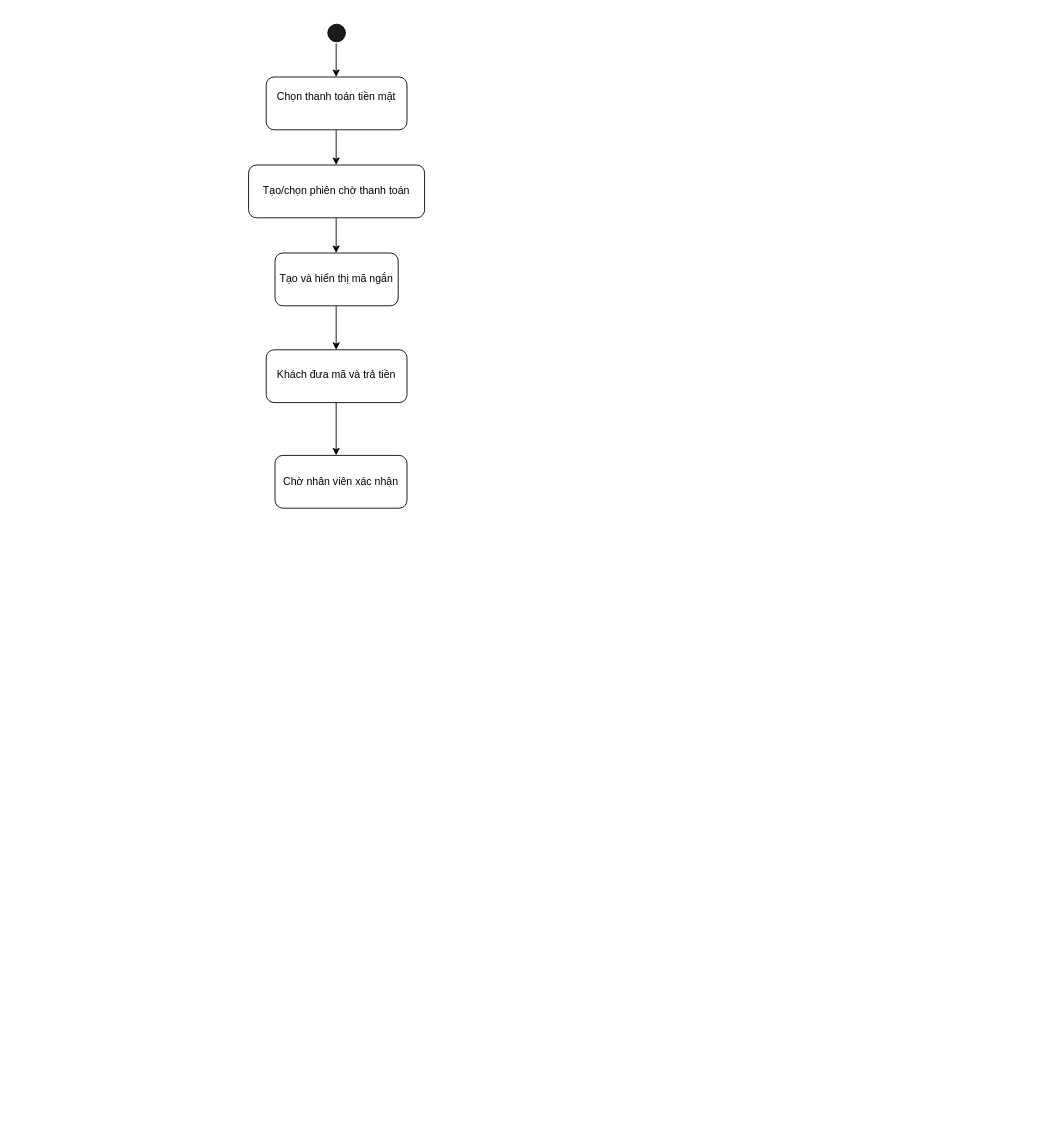
Earlier version of the draw.io diagram docs/diagram/activity/UC-02_Activity.drawio (Kazuken123/prj_sgu26_cnpm). Source tidied: cells renumbered, new cells numbered last; positions are measured from the earlier drawing's top-left corner, leaving out a move shared by most shapes. Both pictures are drawn from the tidied source at 88%, with x=0, y=0 at pixel (248, 24).
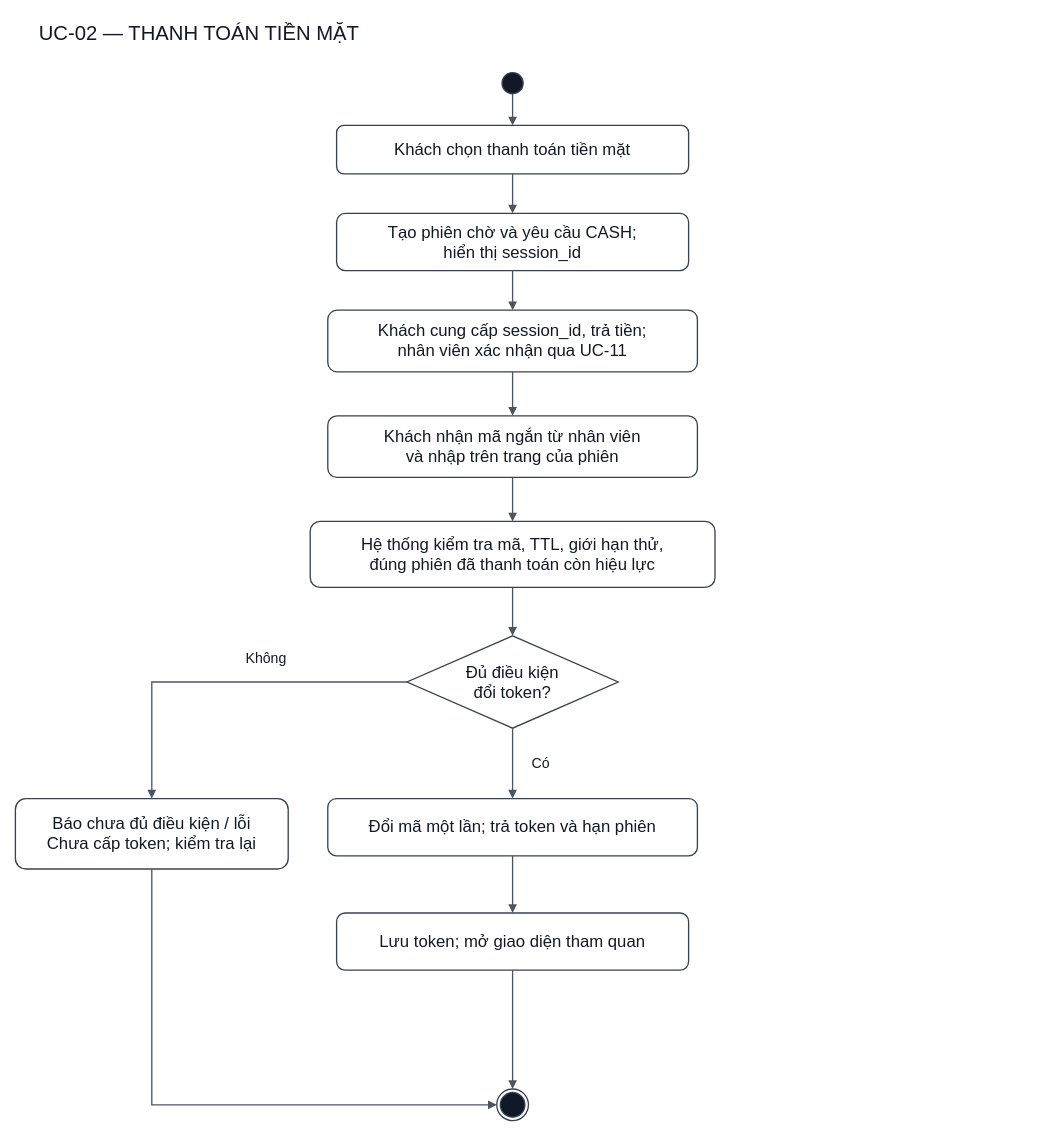
The same page after the edit.

Change to the diagram source:
```diff
@@
-    <mxCell id="2" style="ellipse;whiteSpace=wrap;html=1;shapeInside=1;fillColor=#1A1A1A;" parent="1" vertex="1">
-      <mxGeometry x="90" width="20" height="20" as="geometry" />
-    </mxCell>
-    <mxCell id="3" style="rounded=1;whiteSpace=wrap;html=1;roundedPerimeter=1;" parent="1" vertex="1">
-      <mxGeometry x="20" y="60" width="160" height="60" as="geometry" />
-    </mxCell>
-    <mxCell id="4" style="rounded=1;whiteSpace=wrap;html=1;roundedPerimeter=1;" parent="1" vertex="1">
-      <mxGeometry y="160" width="200" height="60" as="geometry" />
-    </mxCell>
-    <mxCell id="5" style="rounded=1;whiteSpace=wrap;html=1;roundedPerimeter=1;" parent="1" vertex="1">
-      <mxGeometry x="30" y="260" width="140" height="60" as="geometry" />
-    </mxCell>
-    <mxCell id="6" style="rounded=1;whiteSpace=wrap;html=1;roundedPerimeter=1;" parent="1" vertex="1">
-      <mxGeometry x="20" y="370" width="160" height="60" as="geometry" />
-    </mxCell>
-    <mxCell id="7" style="rounded=1;whiteSpace=wrap;html=1;roundedPerimeter=1;" parent="1" vertex="1">
-      <mxGeometry x="30" y="490" width="150" height="60" as="geometry" />
-    </mxCell>
-    <mxCell id="8" value="Chọn thanh toán tiền mặt&lt;div&gt;&lt;br&gt;&lt;/div&gt;" style="text;html=1;whiteSpace=wrap;strokeColor=none;fillColor=none;align=center;verticalAlign=middle;rounded=0;" parent="1" vertex="1">
-      <mxGeometry x="30" y="75" width="140" height="30" as="geometry" />
-    </mxCell>
-    <mxCell id="9" value="Tạo/chọn phiên chờ thanh toán" style="text;html=1;whiteSpace=wrap;strokeColor=none;fillColor=none;align=center;verticalAlign=middle;rounded=0;" parent="1" vertex="1">
-      <mxGeometry x="15" y="175" width="170" height="30" as="geometry" />
-    </mxCell>
-    <mxCell id="10" value="Tạo và hiển thị mã ngắn" style="text;html=1;whiteSpace=wrap;strokeColor=none;fillColor=none;align=center;verticalAlign=middle;rounded=0;" parent="1" vertex="1">
-      <mxGeometry x="25" y="275" width="150" height="30" as="geometry" />
-    </mxCell>
-    <mxCell id="11" value="Khách đưa mã và trả tiền" style="text;html=1;whiteSpace=wrap;strokeColor=none;fillColor=none;align=center;verticalAlign=middle;rounded=0;" parent="1" vertex="1">
-      <mxGeometry x="30" y="383" width="140" height="30" as="geometry" />
-    </mxCell>
-    <mxCell id="12" value="Chờ nhân viên xác nhận" style="text;html=1;whiteSpace=wrap;strokeColor=none;fillColor=none;align=center;verticalAlign=middle;rounded=0;" parent="1" vertex="1">
-      <mxGeometry x="30" y="505" width="150" height="30" as="geometry" />
-    </mxCell>
-    <mxCell id="13" style="endArrow=classic;html=1;rounded=0;" parent="1" edge="1">
-      <mxGeometry relative="1" as="geometry">
-        <mxPoint x="99.5" y="22" as="sourcePoint" />
-        <mxPoint x="99.5" y="60" as="targetPoint" />
-      </mxGeometry>
-    </mxCell>
-    <mxCell id="14" style="endArrow=classic;html=1;rounded=0;" parent="1" edge="1">
-      <mxGeometry relative="1" as="geometry">
-        <mxPoint x="99.5" y="120" as="sourcePoint" />
-        <mxPoint x="99.5" y="160" as="targetPoint" />
-      </mxGeometry>
-    </mxCell>
-    <mxCell id="15" style="endArrow=classic;html=1;rounded=0;" parent="1" edge="1">
-      <mxGeometry relative="1" as="geometry">
-        <mxPoint x="99.5" y="220" as="sourcePoint" />
-        <mxPoint x="99.5" y="260" as="targetPoint" />
-        <Array as="points">
-          <mxPoint x="99.5" y="230" />
-        </Array>
-      </mxGeometry>
-    </mxCell>
-    <mxCell id="16" style="endArrow=classic;html=1;rounded=0;" parent="1" edge="1">
-      <mxGeometry relative="1" as="geometry">
-        <mxPoint x="99.5" y="320" as="sourcePoint" />
-        <mxPoint x="99.5" y="370" as="targetPoint" />
-      </mxGeometry>
-    </mxCell>
-    <mxCell id="17" style="endArrow=classic;html=1;rounded=0;" parent="1" edge="1">
-      <mxGeometry relative="1" as="geometry">
-        <mxPoint x="99.5" y="430" as="sourcePoint" />
-        <mxPoint x="99.5" y="490" as="targetPoint" />
-      </mxGeometry>
-    </mxCell>
+    <mxCell id="18" value="UC-02 — THANH TOÁN TIỀN MẶT" style="html=1;whiteSpace=wrap;fontFamily=Arial;fontSize=23;fontColor=#111827;strokeColor=#374151;fillColor=#FFFFFF;strokeWidth=1.5;text;strokeColor=none;fillColor=none;" parent="1" vertex="1">
+      <mxGeometry x="-240" y="-10" width="1130" height="45" as="geometry" />
+    </mxCell>
+    <mxCell id="19" style="html=1;whiteSpace=wrap;fontFamily=Arial;fontSize=18;fontColor=#111827;strokeColor=#374151;fillColor=#FFFFFF;strokeWidth=1.5;ellipse;fillColor=#111827;" parent="1" vertex="1">
+      <mxGeometry x="288" y="55" width="24" height="24" as="geometry" />
+    </mxCell>
+    <mxCell id="20" value="Khách chọn thanh toán tiền mặt" style="html=1;whiteSpace=wrap;fontFamily=Arial;fontSize=19;fontColor=#111827;strokeColor=#374151;fillColor=#FFFFFF;strokeWidth=1.5;rounded=1;arcSize=15;" parent="1" vertex="1">
+      <mxGeometry x="100" y="115" width="400" height="55" as="geometry" />
+    </mxCell>
+    <mxCell id="21" value="Tạo phiên chờ và yêu cầu CASH;&lt;br&gt;hiển thị session_id" style="html=1;whiteSpace=wrap;fontFamily=Arial;fontSize=19;fontColor=#111827;strokeColor=#374151;fillColor=#FFFFFF;strokeWidth=1.5;rounded=1;arcSize=15;" parent="1" vertex="1">
+      <mxGeometry x="100" y="215" width="400" height="65" as="geometry" />
+    </mxCell>
+    <mxCell id="22" value="Khách cung cấp session_id, trả tiền;&lt;br&gt;nhân viên xác nhận qua UC-11" style="html=1;whiteSpace=wrap;fontFamily=Arial;fontSize=19;fontColor=#111827;strokeColor=#374151;fillColor=#FFFFFF;strokeWidth=1.5;rounded=1;arcSize=15;" parent="1" vertex="1">
+      <mxGeometry x="90" y="325" width="420" height="70" as="geometry" />
+    </mxCell>
+    <mxCell id="23" value="Khách nhận mã ngắn từ nhân viên&lt;br&gt;và nhập trên trang của phiên" style="html=1;whiteSpace=wrap;fontFamily=Arial;fontSize=19;fontColor=#111827;strokeColor=#374151;fillColor=#FFFFFF;strokeWidth=1.5;rounded=1;arcSize=15;" parent="1" vertex="1">
+      <mxGeometry x="90" y="445" width="420" height="70" as="geometry" />
+    </mxCell>
+    <mxCell id="24" value="Hệ thống kiểm tra mã, TTL, giới hạn thử,&lt;br&gt;đúng phiên đã thanh toán còn hiệu lực" style="html=1;whiteSpace=wrap;fontFamily=Arial;fontSize=19;fontColor=#111827;strokeColor=#374151;fillColor=#FFFFFF;strokeWidth=1.5;rounded=1;arcSize=15;" parent="1" vertex="1">
+      <mxGeometry x="70" y="565" width="460" height="75" as="geometry" />
+    </mxCell>
+    <mxCell id="25" value="Đủ điều kiện&lt;br&gt;đổi token?" style="html=1;whiteSpace=wrap;fontFamily=Arial;fontSize=19;fontColor=#111827;strokeColor=#374151;fillColor=#FFFFFF;strokeWidth=1.5;rhombus;" parent="1" vertex="1">
+      <mxGeometry x="180" y="695" width="240" height="105" as="geometry" />
+    </mxCell>
+    <mxCell id="26" value="Đổi mã một lần; trả token và hạn phiên" style="html=1;whiteSpace=wrap;fontFamily=Arial;fontSize=19;fontColor=#111827;strokeColor=#374151;fillColor=#FFFFFF;strokeWidth=1.5;rounded=1;arcSize=15;" parent="1" vertex="1">
+      <mxGeometry x="90" y="880" width="420" height="65" as="geometry" />
+    </mxCell>
+    <mxCell id="27" value="Lưu token; mở giao diện tham quan" style="html=1;whiteSpace=wrap;fontFamily=Arial;fontSize=19;fontColor=#111827;strokeColor=#374151;fillColor=#FFFFFF;strokeWidth=1.5;rounded=1;arcSize=15;" parent="1" vertex="1">
+      <mxGeometry x="100" y="1010" width="400" height="65" as="geometry" />
+    </mxCell>
+    <mxCell id="28" value="Báo chưa đủ điều kiện / lỗi&lt;br&gt;Chưa cấp token; kiểm tra lại" style="html=1;whiteSpace=wrap;fontFamily=Arial;fontSize=19;fontColor=#111827;strokeColor=#374151;fillColor=#FFFFFF;strokeWidth=1.5;rounded=1;arcSize=15;" parent="1" vertex="1">
+      <mxGeometry x="-265" y="880" width="310" height="80" as="geometry" />
+    </mxCell>
+    <mxCell id="29" style="html=1;whiteSpace=wrap;fontFamily=Arial;fontSize=18;fontColor=#111827;strokeColor=#374151;fillColor=#FFFFFF;strokeWidth=1.5;ellipse;shape=endState;fillColor=#111827;" parent="1" vertex="1">
+      <mxGeometry x="282" y="1210" width="36" height="36" as="geometry" />
+    </mxCell>
+    <mxCell id="30" style="html=1;rounded=0;endArrow=block;endFill=1;strokeColor=#4B5563;strokeWidth=1.5;fontFamily=Arial;fontSize=17;exitX=0.5;exitY=1.0;exitPerimeter=0;entryX=0.5;entryY=0.0;entryPerimeter=0;" parent="1" edge="1" source="19" target="20">
+      <mxGeometry relative="1" as="geometry" />
+    </mxCell>
+    <mxCell id="31" style="html=1;rounded=0;endArrow=block;endFill=1;strokeColor=#4B5563;strokeWidth=1.5;fontFamily=Arial;fontSize=17;exitX=0.5;exitY=1.0;exitPerimeter=0;entryX=0.5;entryY=0.0;entryPerimeter=0;" parent="1" edge="1" source="20" target="21">
+      <mxGeometry relative="1" as="geometry" />
+    </mxCell>
+    <mxCell id="32" style="html=1;rounded=0;endArrow=block;endFill=1;strokeColor=#4B5563;strokeWidth=1.5;fontFamily=Arial;fontSize=17;exitX=0.5;exitY=1.0;exitPerimeter=0;entryX=0.5;entryY=0.0;entryPerimeter=0;" parent="1" edge="1" source="21" target="22">
+      <mxGeometry relative="1" as="geometry" />
+    </mxCell>
+    <mxCell id="33" style="html=1;rounded=0;endArrow=block;endFill=1;strokeColor=#4B5563;strokeWidth=1.5;fontFamily=Arial;fontSize=17;exitX=0.5;exitY=1.0;exitPerimeter=0;entryX=0.5;entryY=0.0;entryPerimeter=0;" parent="1" edge="1" source="22" target="23">
+      <mxGeometry relative="1" as="geometry" />
+    </mxCell>
+    <mxCell id="34" style="html=1;rounded=0;endArrow=block;endFill=1;strokeColor=#4B5563;strokeWidth=1.5;fontFamily=Arial;fontSize=17;exitX=0.5;exitY=1.0;exitPerimeter=0;entryX=0.5;entryY=0.0;entryPerimeter=0;" parent="1" edge="1" source="23" target="24">
+      <mxGeometry relative="1" as="geometry" />
+    </mxCell>
+    <mxCell id="35" style="html=1;rounded=0;endArrow=block;endFill=1;strokeColor=#4B5563;strokeWidth=1.5;fontFamily=Arial;fontSize=17;exitX=0.5;exitY=1.0;exitPerimeter=0;entryX=0.5;entryY=0.0;entryPerimeter=0;" parent="1" edge="1" source="24" target="25">
+      <mxGeometry relative="1" as="geometry" />
+    </mxCell>
+    <mxCell id="36" style="html=1;rounded=0;endArrow=block;endFill=1;strokeColor=#4B5563;strokeWidth=1.5;fontFamily=Arial;fontSize=17;exitX=0.5;exitY=1.0;exitPerimeter=0;entryX=0.5;entryY=0.0;entryPerimeter=0;" parent="1" edge="1" source="25" target="26">
+      <mxGeometry relative="1" as="geometry" />
+    </mxCell>
+    <mxCell id="37" value="Có" style="html=1;whiteSpace=wrap;fontFamily=Arial;fontSize=16;fontColor=#111827;strokeColor=#374151;fillColor=#FFFFFF;strokeWidth=1.5;text;strokeColor=none;fillColor=none;" parent="1" vertex="1">
+      <mxGeometry x="320" y="824" width="70" height="25" as="geometry" />
+    </mxCell>
+    <mxCell id="38" style="html=1;rounded=0;endArrow=block;endFill=1;strokeColor=#4B5563;strokeWidth=1.5;fontFamily=Arial;fontSize=17;exitX=0.5;exitY=1.0;exitPerimeter=0;entryX=0.5;entryY=0.0;entryPerimeter=0;" parent="1" edge="1" source="26" target="27">
+      <mxGeometry relative="1" as="geometry" />
+    </mxCell>
+    <mxCell id="39" style="html=1;rounded=0;endArrow=block;endFill=1;strokeColor=#4B5563;strokeWidth=1.5;fontFamily=Arial;fontSize=17;exitX=0.5;exitY=1.0;exitPerimeter=0;entryX=0.5;entryY=0.0;entryPerimeter=0;" parent="1" edge="1" source="27" target="29">
+      <mxGeometry relative="1" as="geometry" />
+    </mxCell>
+    <mxCell id="40" style="html=1;rounded=0;endArrow=block;endFill=1;strokeColor=#4B5563;strokeWidth=1.5;fontFamily=Arial;fontSize=17;exitX=0.0;exitY=0.5;exitPerimeter=0;entryX=0.5;entryY=0.0;entryPerimeter=0;" parent="1" edge="1" source="25" target="28">
+      <mxGeometry relative="1" as="geometry">
+        <Array as="points">
+          <mxPoint x="-110" y="747.5" />
+        </Array>
+      </mxGeometry>
+    </mxCell>
+    <mxCell id="41" value="Không" style="html=1;whiteSpace=wrap;fontFamily=Arial;fontSize=16;fontColor=#111827;strokeColor=#374151;fillColor=#FFFFFF;strokeWidth=1.5;text;strokeColor=none;fillColor=none;" parent="1" vertex="1">
+      <mxGeometry x="-5" y="704" width="70" height="25" as="geometry" />
+    </mxCell>
+    <mxCell id="42" style="html=1;rounded=0;endArrow=block;endFill=1;strokeColor=#4B5563;strokeWidth=1.5;fontFamily=Arial;fontSize=17;exitX=0.5;exitY=1.0;exitPerimeter=0;entryX=0.0;entryY=0.5;entryPerimeter=0;" parent="1" edge="1" source="28" target="29">
+      <mxGeometry relative="1" as="geometry">
+        <Array as="points">
+          <mxPoint x="-110" y="1228" />
+        </Array>
+      </mxGeometry>
+    </mxCell>
```
